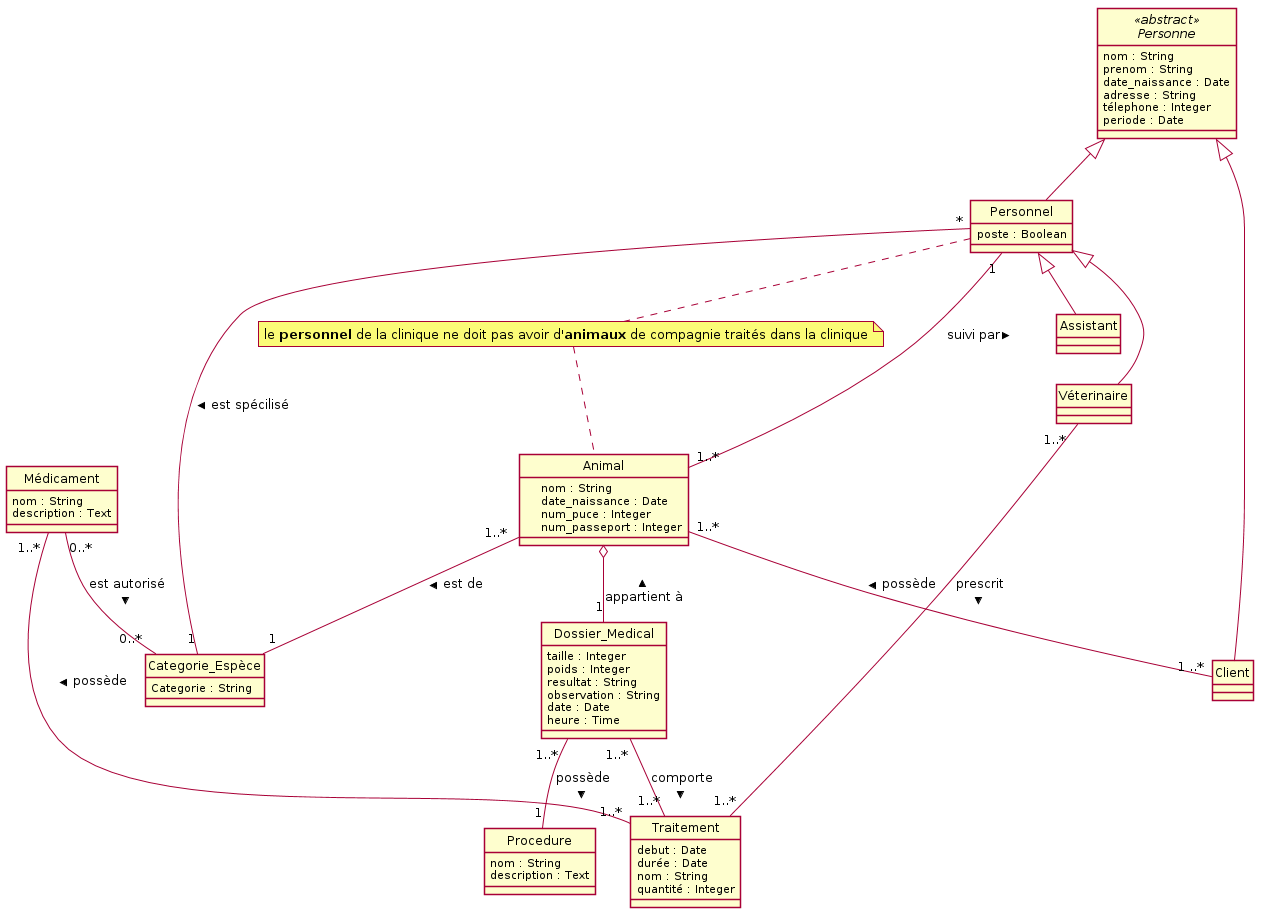
Before: uml.png, a diagram exported from PlantUML (eddymonji/Clinique_Veterinaire).
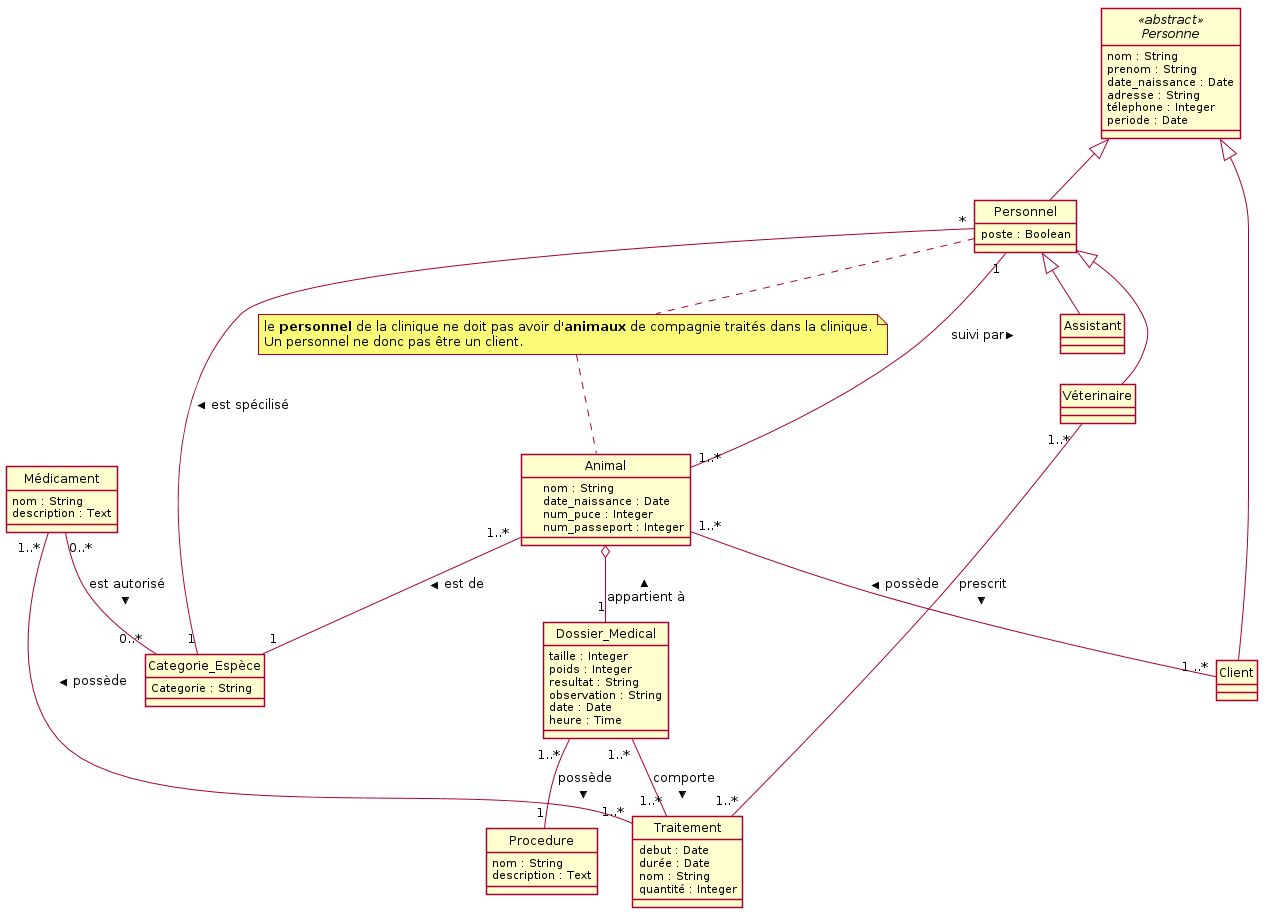
The same file after the commit.

Commit message:
Ajouté "Un personnel ne donc pas être un client."

Change to the diagram source:
```diff
@@ -80,7 +80,7 @@
 Médicament "1..* " -- "1..*" Traitement : < possède
 Médicament "0..* " -- "0..*" Categorie_Espèce : est autorisé >
 
-note "le <b>personnel</b> de la clinique ne doit pas avoir d'<b>animaux</b> de compagnie traités dans la clinique" as N1
+note "le <b>personnel</b> de la clinique ne doit pas avoir d'<b>animaux</b> de compagnie traités dans la clinique.\nUn personnel ne donc pas être un client." as N1
 Personnel .. N1
 N1 .. Animal
 
```
